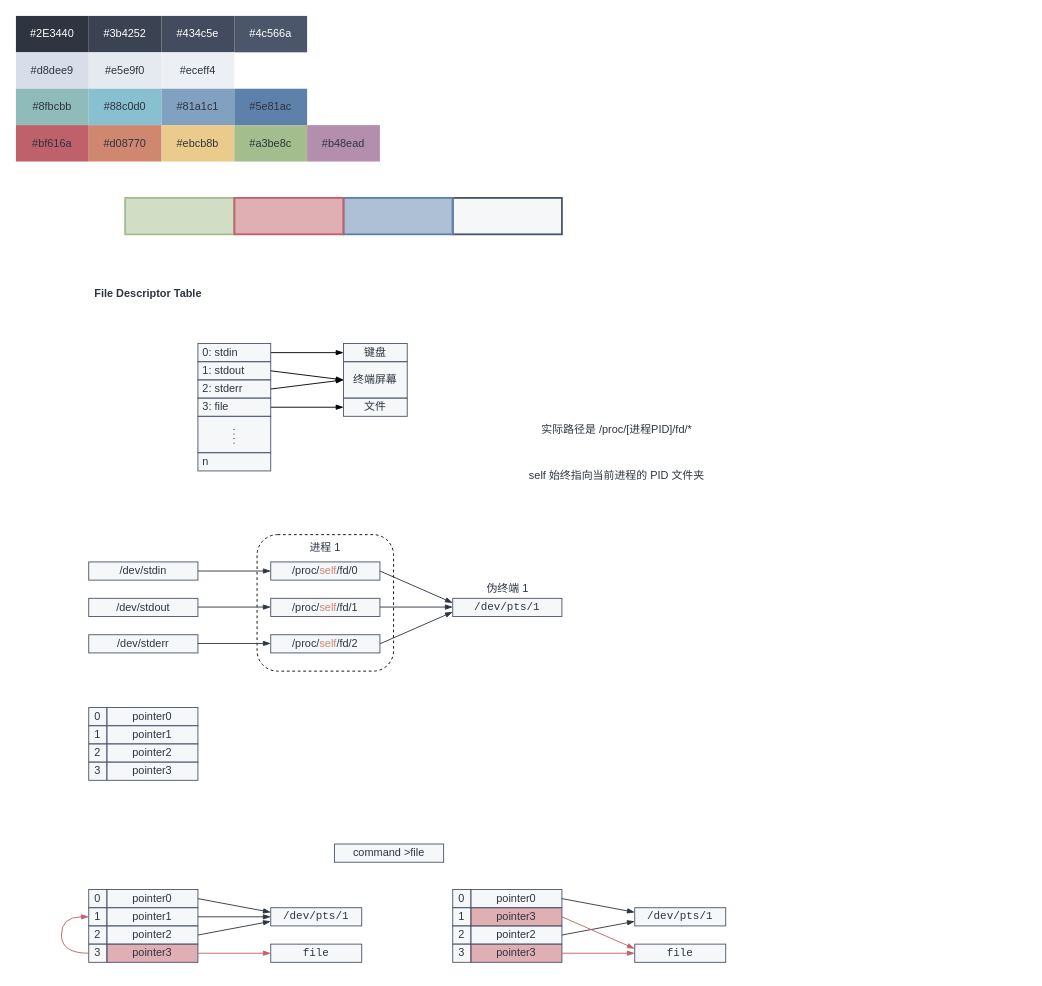
The draw.io diagram content/posts/bash/bash.drawio in kingtuo123/blog, before the edit. Source tidied: cells renumbered, new cells numbered last; positions are measured from the earlier drawing's top-left corner, leaving out a move shared by most shapes. Both pictures are drawn from the tidied source at 91%, with x=0, y=0 at pixel (15, 15).
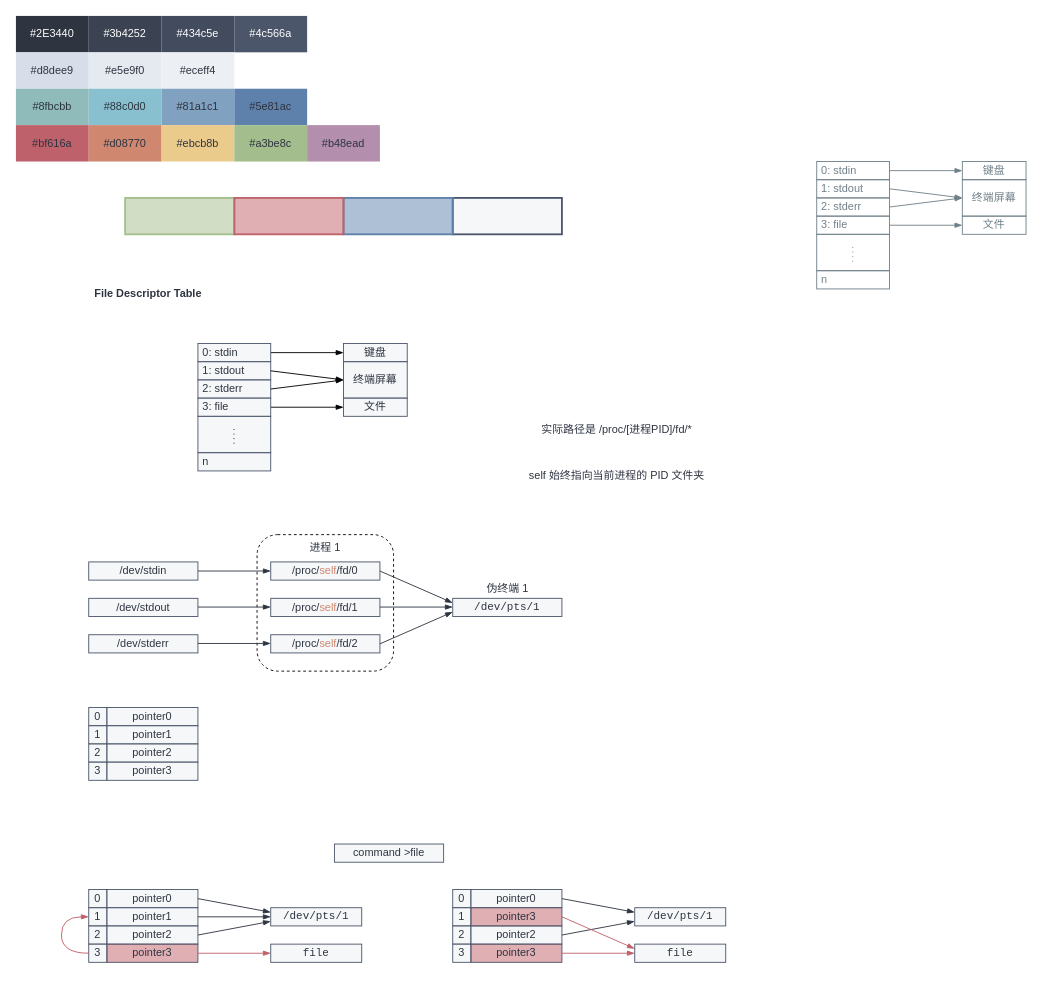
The same page after the edit.

Change to the diagram source:
```diff
@@
+    <mxCell id="92" style="edgeStyle=orthogonalEdgeStyle;rounded=0;jettySize=auto;html=1;entryX=0;entryY=0.5;entryDx=0;entryDy=0;fontColor=#708089;endArrow=blockThin;endFill=1;strokeColor=#708089;strokeOpacity=100;fillOpacity=100;" parent="1" edge="1" source="93" target="101">
+      <mxGeometry relative="1" as="geometry" />
+    </mxCell>
+    <mxCell id="93" value="&amp;nbsp;0: stdin" style="rounded=0;whiteSpace=wrap;html=1;strokeWidth=1;fillColor=#ECEFF4;strokeColor=#708089;fontColor=#708089;fillOpacity=0;align=left;fontFamily=JetBrainsMono NFP;strokeOpacity=100;" parent="1" vertex="1">
+      <mxGeometry x="880" y="160" width="80" height="20" as="geometry" />
+    </mxCell>
+    <mxCell id="94" value="&amp;nbsp;1: stdout" style="rounded=0;whiteSpace=wrap;html=1;strokeWidth=1;fillColor=#ECEFF4;strokeColor=#708089;fontColor=#708089;fillOpacity=0;align=left;fontFamily=JetBrainsMono NFP;strokeOpacity=100;" parent="1" vertex="1">
+      <mxGeometry x="880" y="180" width="80" height="20" as="geometry" />
+    </mxCell>
+    <mxCell id="95" value="&amp;nbsp;2: stderr" style="rounded=0;whiteSpace=wrap;html=1;strokeWidth=1;fillColor=#ECEFF4;strokeColor=#708089;fontColor=#708089;fillOpacity=0;align=left;fontFamily=JetBrainsMono NFP;strokeOpacity=100;" parent="1" vertex="1">
+      <mxGeometry x="880" y="200" width="80" height="20" as="geometry" />
+    </mxCell>
+    <mxCell id="96" style="edgeStyle=orthogonalEdgeStyle;rounded=0;jettySize=auto;html=1;entryX=0;entryY=0.5;entryDx=0;entryDy=0;fontColor=#708089;endArrow=blockThin;endFill=1;strokeColor=#708089;strokeOpacity=100;fillOpacity=100;" parent="1" edge="1" source="97" target="103">
+      <mxGeometry relative="1" as="geometry" />
+    </mxCell>
+    <mxCell id="97" value="&amp;nbsp;3: file" style="rounded=0;whiteSpace=wrap;html=1;strokeWidth=1;fillColor=#ECEFF4;strokeColor=#708089;fontColor=#708089;fillOpacity=0;fontFamily=JetBrainsMono NFP;align=left;strokeOpacity=100;" parent="1" vertex="1">
+      <mxGeometry x="880" y="220" width="80" height="20" as="geometry" />
+    </mxCell>
+    <mxCell id="98" style="rounded=0;whiteSpace=wrap;html=1;strokeWidth=1;fillColor=#ECEFF4;strokeColor=#708089;fontColor=#708089;fillOpacity=0;fontFamily=JetBrainsMono NFP;align=left;strokeOpacity=100;" parent="1" vertex="1">
+      <mxGeometry x="880" y="240" width="80" height="40" as="geometry" />
+    </mxCell>
+    <mxCell id="99" value="&amp;nbsp;n" style="rounded=0;whiteSpace=wrap;html=1;strokeWidth=1;fillColor=#ECEFF4;strokeColor=#708089;fontColor=#708089;fillOpacity=0;fontFamily=JetBrainsMono NFP;align=left;strokeOpacity=100;" parent="1" vertex="1">
+      <mxGeometry x="880" y="280" width="80" height="20" as="geometry" />
+    </mxCell>
+    <mxCell id="100" style="endArrow=none;dashed=1;html=1;rounded=0;dashPattern=1 4;strokeWidth=1;strokeColor=#708089;strokeOpacity=100;fillOpacity=0;fontColor=#708089;" parent="1" edge="1">
+      <mxGeometry relative="1" as="geometry">
+        <mxPoint x="919.6" y="270" as="sourcePoint" />
+        <mxPoint x="919.6" y="250" as="targetPoint" />
+      </mxGeometry>
+    </mxCell>
+    <mxCell id="101" value="键盘" style="rounded=0;whiteSpace=wrap;html=1;strokeWidth=1;fillColor=#ECEFF4;strokeColor=#708089;fontColor=#708089;fillOpacity=0;fontFamily=JetBrainsMono NFP;align=center;strokeOpacity=100;" parent="1" vertex="1">
+      <mxGeometry x="1040" y="160" width="70" height="20" as="geometry" />
+    </mxCell>
+    <mxCell id="102" value="终端屏幕" style="rounded=0;whiteSpace=wrap;html=1;strokeWidth=1;fillColor=#ECEFF4;strokeColor=#708089;fontColor=#708089;fillOpacity=0;fontFamily=JetBrainsMono NFP;align=center;strokeOpacity=100;" parent="1" vertex="1">
+      <mxGeometry x="1040" y="180" width="70" height="40" as="geometry" />
+    </mxCell>
+    <mxCell id="103" value="文件" style="rounded=0;whiteSpace=wrap;html=1;strokeWidth=1;fillColor=#ECEFF4;strokeColor=#708089;fontColor=#708089;fillOpacity=0;fontFamily=JetBrainsMono NFP;align=center;strokeOpacity=100;" parent="1" vertex="1">
+      <mxGeometry x="1040" y="220" width="70" height="20" as="geometry" />
+    </mxCell>
+    <mxCell id="104" style="endArrow=blockThin;html=1;rounded=0;exitX=1;exitY=0.5;exitDx=0;exitDy=0;entryX=0;entryY=0.5;entryDx=0;entryDy=0;fontColor=#708089;endFill=1;strokeColor=#708089;strokeOpacity=100;fillOpacity=100;" parent="1" edge="1" source="94" target="102">
+      <mxGeometry relative="1" as="geometry" />
+    </mxCell>
+    <mxCell id="105" style="endArrow=blockThin;html=1;rounded=0;exitX=1;exitY=0.5;exitDx=0;exitDy=0;entryX=0;entryY=0.5;entryDx=0;entryDy=0;fontColor=#708089;endFill=1;strokeColor=#708089;strokeOpacity=100;fillOpacity=100;" parent="1" edge="1" source="95" target="102">
+      <mxGeometry relative="1" as="geometry" />
+    </mxCell>
```
